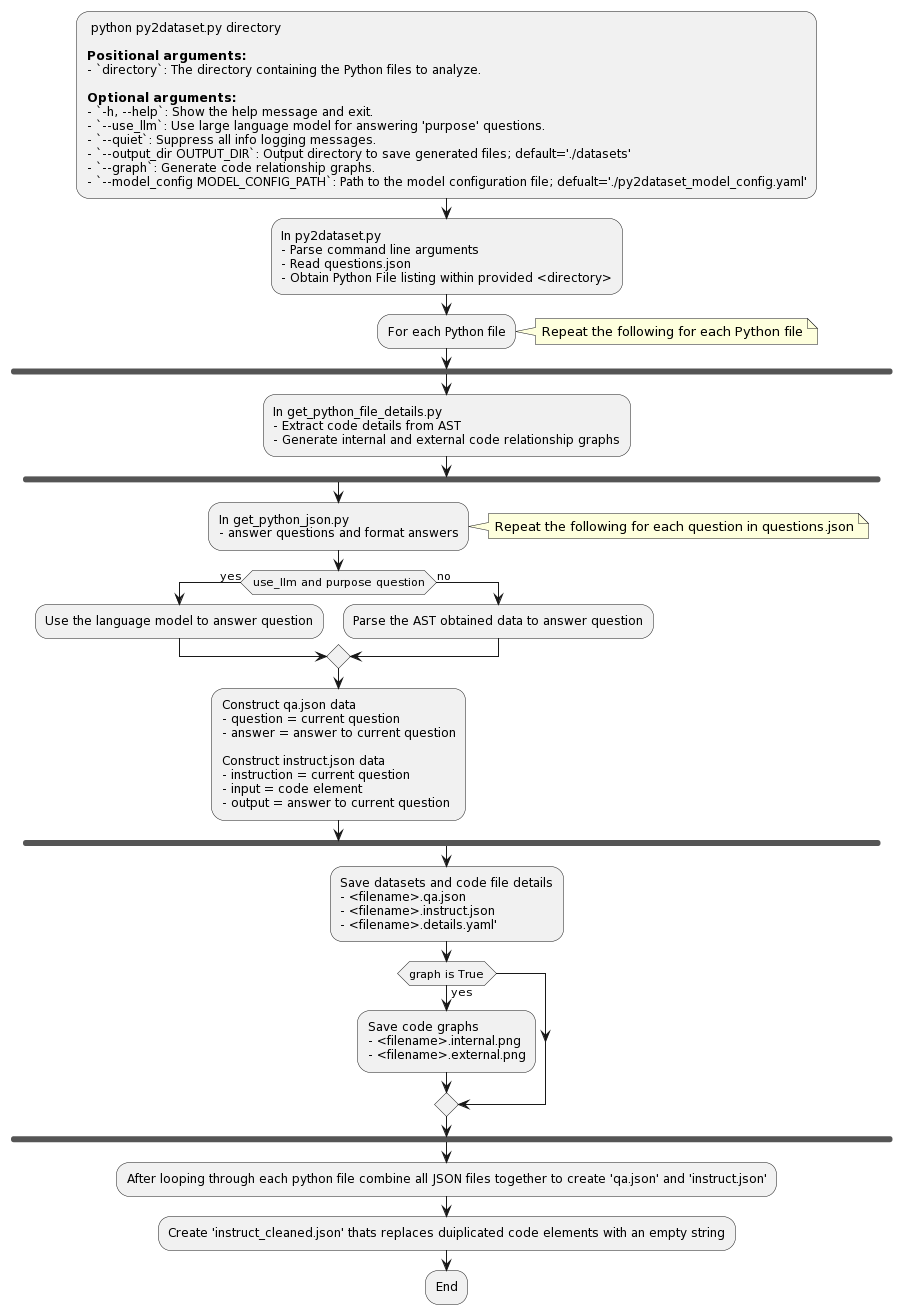
Before: py2dataset.png, a diagram exported from PlantUML (jeffmeloy/py2dataset).
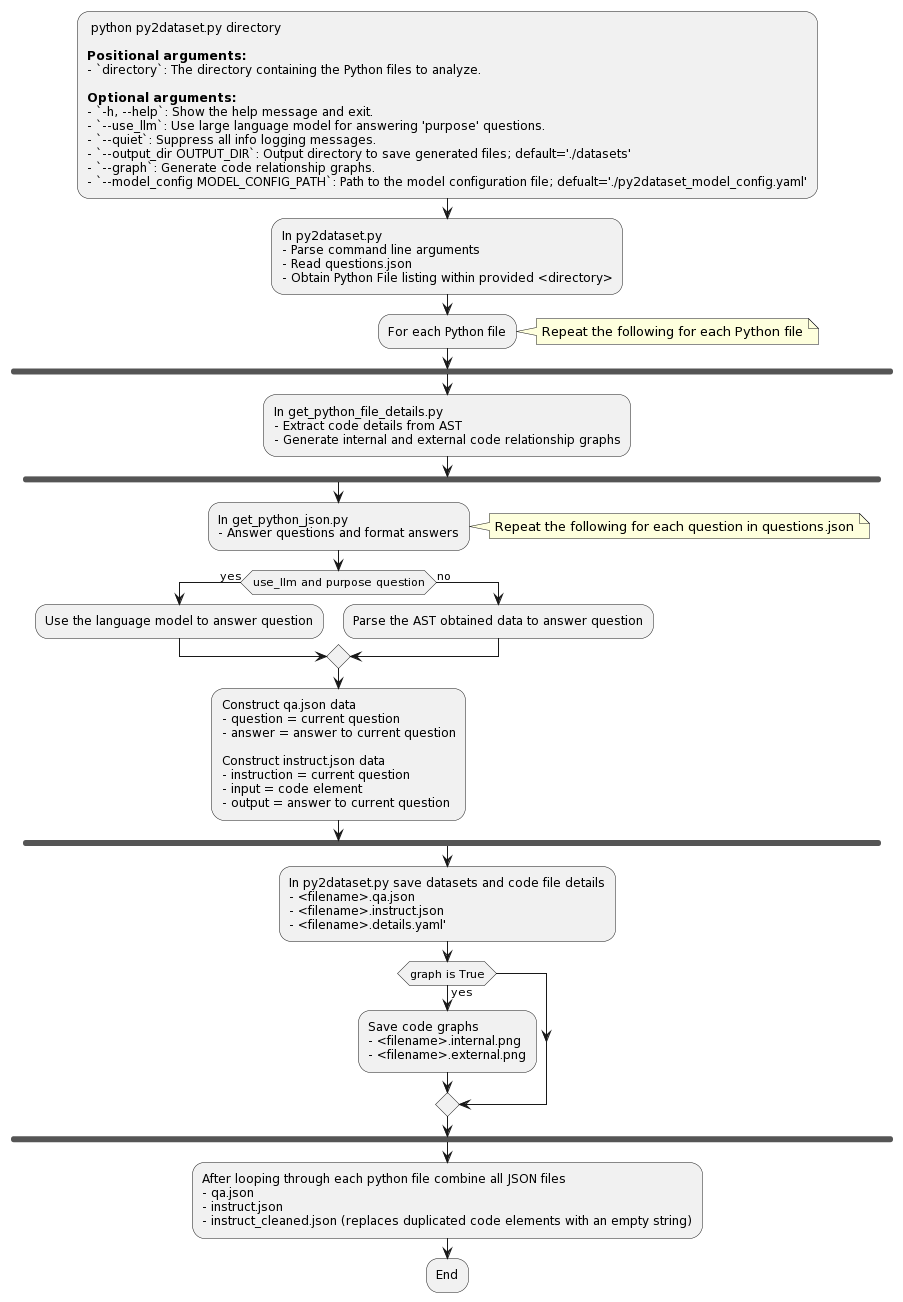
The same diagram one commit later.

Change to the diagram source:
```diff
@@ -25,7 +25,7 @@
     - Generate internal and external code relationship graphs;
     fork
         :In get_python_json.py
-        - answer questions and format answers;
+        - Answer questions and format answers;
         note right
         Repeat the following for each question in questions.json
         end note
@@ -43,7 +43,7 @@
         - input = code element
         - output = answer to current question;
      endfork
-:Save datasets and code file details
+:In py2dataset.py save datasets and code file details
 - <filename>.qa.json
 - <filename>.instruct.json
 - <filename>.details.yaml';
@@ -53,7 +53,9 @@
    - <filename>.external.png;
 endif
 endfork
-:After looping through each python file combine all JSON files together to create 'qa.json' and 'instruct.json';
-:Create 'instruct_cleaned.json' thats replaces duiplicated code elements with an empty string;
+:After looping through each python file combine all JSON files
+- qa.json
+- instruct.json
+- instruct_cleaned.json (replaces duplicated code elements with an empty string);
 :End;
 @enduml
```
